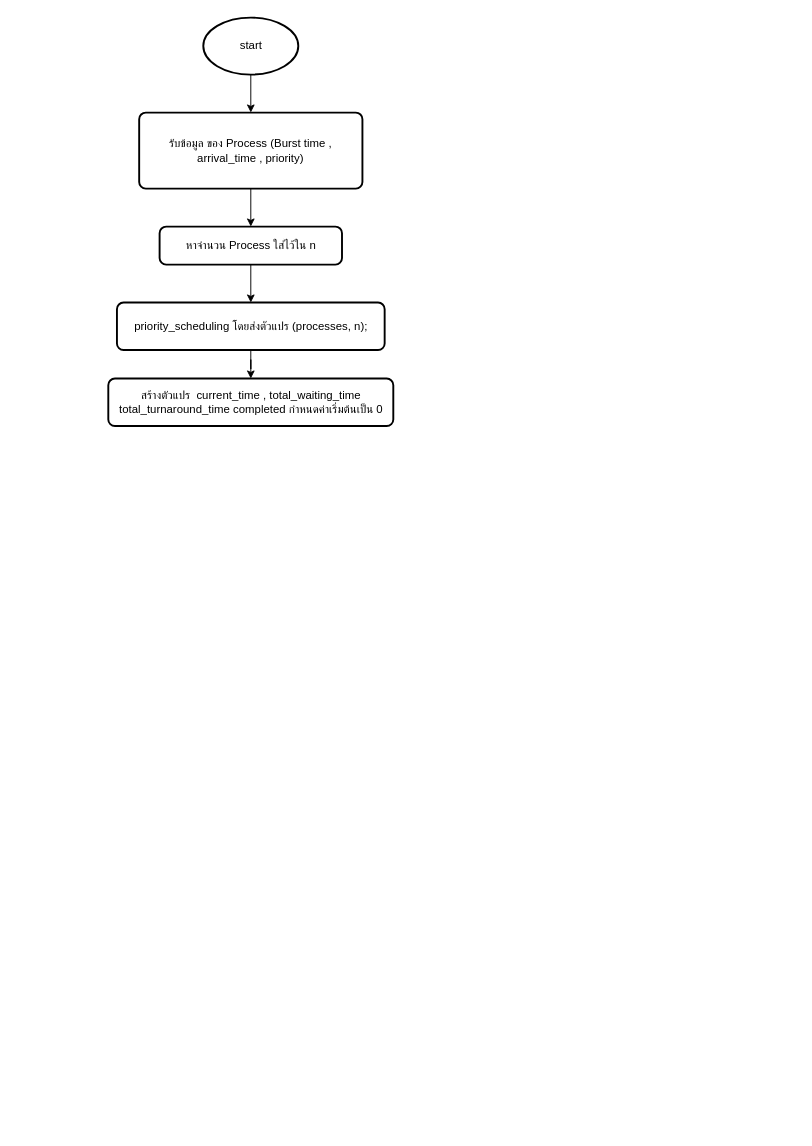
Before: priority.drawio in JirphatAok/cpuscheduling, a draw.io diagram. Source tidied: cells renumbered, new cells numbered last; positions are measured from the earlier drawing's top-left corner, leaving out a move shared by most shapes. Both pictures are drawn from the tidied source at 95%, with x=0, y=0 at pixel (108, 17).
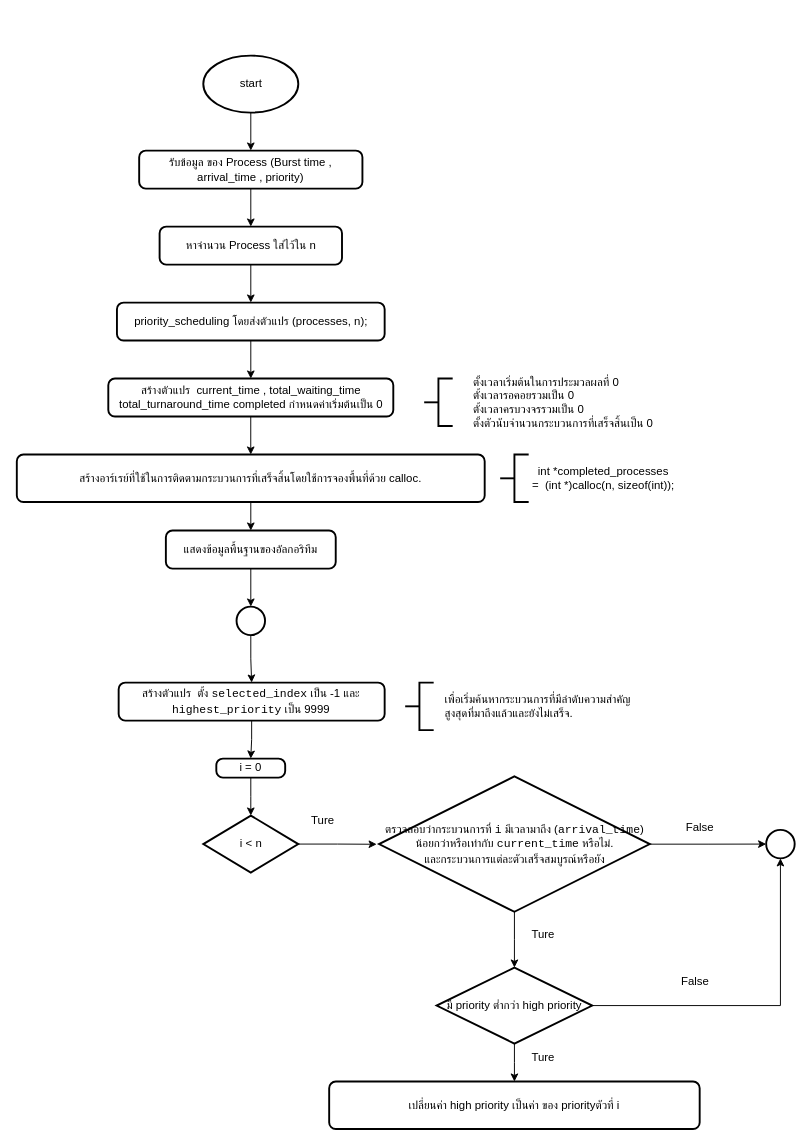
Above is the later version.

Diff of the diagram source:
```diff
@@
     <mxCell id="3" value="รับข้อมูล ของ Process (Burst time , arrival_time , priority)" style="rounded=1;whiteSpace=wrap;html=1;absoluteArcSize=1;arcSize=14;strokeWidth=2;" parent="1" vertex="1">
-      <mxGeometry x="32" y="100" width="235" height="80" as="geometry" />
+      <mxGeometry x="32" y="140" width="235" height="40" as="geometry" />
     </mxCell>
@@
     <mxCell id="5" value="start" style="strokeWidth=2;html=1;shape=mxgraph.flowchart.start_1;whiteSpace=wrap;" parent="1" vertex="1">
-      <mxGeometry x="99.5" width="100" height="60" as="geometry" />
+      <mxGeometry x="99.5" y="40" width="100" height="60" as="geometry" />
     </mxCell>
@@
     <mxCell id="9" value="priority_scheduling โดยส่งตัวแปร (processes, n);" style="rounded=1;whiteSpace=wrap;html=1;absoluteArcSize=1;arcSize=14;strokeWidth=2;" parent="1" vertex="1">
-      <mxGeometry x="8.6" y="300" width="281.8" height="50" as="geometry" />
+      <mxGeometry x="8.6" y="300" width="281.8" height="40" as="geometry" />
     </mxCell>
+    <mxCell id="11" style="edgeStyle=orthogonalEdgeStyle;rounded=0;jettySize=auto;html=1;entryX=0.5;entryY=0;entryDx=0;entryDy=0;" parent="1" edge="1" source="10" target="15">
+      <mxGeometry relative="1" as="geometry" />
+    </mxCell>
     <mxCell id="10" value="สร้างตัวแปร&amp;nbsp;&amp;nbsp;current_time ,&amp;nbsp;total_waiting_time&lt;div&gt;total_turnaround_time&amp;nbsp;completed กำหนดค่าเริ่มต้นเป็น 0&lt;/div&gt;" style="rounded=1;whiteSpace=wrap;html=1;absoluteArcSize=1;arcSize=14;strokeWidth=2;" parent="1" vertex="1">
-      <mxGeometry x="-0.5" y="380" width="300" height="50" as="geometry" />
+      <mxGeometry x="-0.5" y="380" width="300" height="40" as="geometry" />
     </mxCell>
+    <mxCell id="12" style="strokeWidth=2;html=1;shape=mxgraph.flowchart.annotation_2;align=left;labelPosition=right;" parent="1" vertex="1">
+      <mxGeometry x="332" y="380" width="30" height="50" as="geometry" />
+    </mxCell>
+    <mxCell id="13" value="ตั้งเวลาเริ่มต้นในการประมวลผลที่ 0&lt;div&gt;ตั้งเวลารอคอยรวมเป็น 0&lt;/div&gt;&lt;div&gt;ตั้งเวลาครบวงจรรวมเป็น 0&lt;/div&gt;&lt;div&gt;ตั้งตัวนับจำนวนกระบวนการที่เสร็จสิ้นเป็น 0&lt;/div&gt;" style="text;html=1;align=left;verticalAlign=middle;strokeColor=none;fillColor=none;" parent="1" vertex="1">
+      <mxGeometry x="382" y="370" width="230" height="70" as="geometry" />
+    </mxCell>
+    <mxCell id="14" style="edgeStyle=orthogonalEdgeStyle;rounded=0;jettySize=auto;html=1;entryX=0.5;entryY=0;entryDx=0;entryDy=0;" parent="1" edge="1" source="15" target="18">
+      <mxGeometry relative="1" as="geometry" />
+    </mxCell>
+    <mxCell id="15" value="สร้างอาร์เรย์ที่ใช้ในการติดตามกระบวนการที่เสร็จสิ้นโดยใช้การจองพื้นที่ด้วย calloc." style="rounded=1;whiteSpace=wrap;html=1;absoluteArcSize=1;arcSize=14;strokeWidth=2;" parent="1" vertex="1">
+      <mxGeometry x="-96.8" y="460" width="492.5" height="50" as="geometry" />
+    </mxCell>
+    <mxCell id="16" style="strokeWidth=2;html=1;shape=mxgraph.flowchart.annotation_2;align=left;labelPosition=right;" parent="1" vertex="1">
+      <mxGeometry x="412" y="460" width="30" height="50" as="geometry" />
+    </mxCell>
+    <mxCell id="17" value="int *completed_processes&amp;nbsp;&lt;div&gt;=&amp;nbsp; (int *)calloc(n, sizeof(int));&amp;nbsp;&lt;/div&gt;" style="text;html=1;align=center;verticalAlign=middle;strokeColor=none;fillColor=none;" parent="1" vertex="1">
+      <mxGeometry x="432" y="465" width="180" height="40" as="geometry" />
+    </mxCell>
+    <mxCell id="18" value="แสดงข้อมูลพื้นฐานของอัลกอริทึม" style="rounded=1;whiteSpace=wrap;html=1;absoluteArcSize=1;arcSize=14;strokeWidth=2;" parent="1" vertex="1">
+      <mxGeometry x="60.1" y="540" width="178.8" height="40" as="geometry" />
+    </mxCell>
+    <mxCell id="19" style="edgeStyle=orthogonalEdgeStyle;rounded=0;jettySize=auto;html=1;entryX=0.5;entryY=0;entryDx=0;entryDy=0;" parent="1" edge="1" source="20" target="23">
+      <mxGeometry relative="1" as="geometry" />
+    </mxCell>
+    <mxCell id="20" style="strokeWidth=2;html=1;shape=mxgraph.flowchart.start_2;whiteSpace=wrap;" parent="1" vertex="1">
+      <mxGeometry x="134.5" y="620" width="30" height="30" as="geometry" />
+    </mxCell>
+    <mxCell id="21" style="edgeStyle=orthogonalEdgeStyle;rounded=0;jettySize=auto;html=1;entryX=0.5;entryY=0;entryDx=0;entryDy=0;entryPerimeter=0;" parent="1" edge="1" source="18" target="20">
+      <mxGeometry relative="1" as="geometry" />
+    </mxCell>
+    <mxCell id="22" style="edgeStyle=orthogonalEdgeStyle;rounded=0;jettySize=auto;html=1;entryX=0.5;entryY=0;entryDx=0;entryDy=0;" parent="1" edge="1" source="23" target="28">
+      <mxGeometry relative="1" as="geometry" />
+    </mxCell>
+    <mxCell id="23" value="สร้างตัวแปร&amp;nbsp; ตั้ง &lt;code&gt;selected_index&lt;/code&gt; เป็น -1 และ &lt;code&gt;highest_priority&lt;/code&gt; เป็น 9999" style="rounded=1;whiteSpace=wrap;html=1;absoluteArcSize=1;arcSize=14;strokeWidth=2;" parent="1" vertex="1">
+      <mxGeometry x="10.4" y="700" width="280" height="40" as="geometry" />
+    </mxCell>
+    <mxCell id="24" style="strokeWidth=2;html=1;shape=mxgraph.flowchart.annotation_2;align=left;labelPosition=right;" parent="1" vertex="1">
+      <mxGeometry x="312" y="700" width="30" height="50" as="geometry" />
+    </mxCell>
+    <mxCell id="25" value="เพื่อเริ่มค้นหากระบวนการที่มีลำดับความสำคัญ&lt;div&gt;สูงสุดที่มาถึงแล้วและยังไม่เสร็จ.&lt;/div&gt;" style="text;html=1;align=left;verticalAlign=middle;strokeColor=none;fillColor=none;" parent="1" vertex="1">
+      <mxGeometry x="352" y="705" width="250" height="40" as="geometry" />
+    </mxCell>
+    <mxCell id="26" style="edgeStyle=orthogonalEdgeStyle;rounded=0;jettySize=auto;html=1;exitX=1;exitY=0.5;exitDx=0;exitDy=0;exitPerimeter=0;" parent="1" edge="1" source="27">
+      <mxGeometry relative="1" as="geometry">
+        <mxPoint x="282" y="870.2" as="targetPoint" />
+      </mxGeometry>
+    </mxCell>
+    <mxCell id="27" value="i &amp;lt; n" style="strokeWidth=2;html=1;shape=mxgraph.flowchart.decision;whiteSpace=wrap;" parent="1" vertex="1">
+      <mxGeometry x="99.5" y="840" width="100" height="60" as="geometry" />
+    </mxCell>
+    <mxCell id="28" value="i = 0" style="rounded=1;whiteSpace=wrap;html=1;absoluteArcSize=1;arcSize=14;strokeWidth=2;" parent="1" vertex="1">
+      <mxGeometry x="113.2" y="780" width="72.5" height="20" as="geometry" />
+    </mxCell>
+    <mxCell id="29" style="edgeStyle=orthogonalEdgeStyle;rounded=0;jettySize=auto;html=1;entryX=0.5;entryY=0;entryDx=0;entryDy=0;entryPerimeter=0;" parent="1" edge="1" source="28" target="27">
+      <mxGeometry relative="1" as="geometry" />
+    </mxCell>
+    <mxCell id="30" value="Ture" style="text;html=1;align=center;verticalAlign=middle;strokeColor=none;fillColor=none;" parent="1" vertex="1">
+      <mxGeometry x="199.5" y="830" width="50" height="30" as="geometry" />
+    </mxCell>
+    <mxCell id="31" style="edgeStyle=orthogonalEdgeStyle;rounded=0;jettySize=auto;html=1;" parent="1" edge="1" source="32">
+      <mxGeometry relative="1" as="geometry">
+        <mxPoint x="427" y="1000" as="targetPoint" />
+      </mxGeometry>
+    </mxCell>
+    <mxCell id="32" value="ตรวจสอบว่ากระบวนการที่ &lt;code&gt;i&lt;/code&gt; มีเวลามาถึง (&lt;code&gt;arrival_time&lt;/code&gt;) น้อยกว่าหรือเท่ากับ &lt;code&gt;current_time&lt;/code&gt; หรือไม่.&lt;div&gt;และกระบวนการแต่ละตัวเสร็จสมบูรณ์หรือยัง&lt;/div&gt;" style="strokeWidth=2;html=1;shape=mxgraph.flowchart.decision;whiteSpace=wrap;" parent="1" vertex="1">
+      <mxGeometry x="284.5" y="798.8" width="285" height="142.5" as="geometry" />
+    </mxCell>
+    <mxCell id="33" value="Ture" style="text;html=1;align=center;verticalAlign=middle;strokeColor=none;fillColor=none;" parent="1" vertex="1">
+      <mxGeometry x="432" y="950" width="50" height="30" as="geometry" />
+    </mxCell>
+    <mxCell id="34" style="edgeStyle=orthogonalEdgeStyle;rounded=0;jettySize=auto;html=1;" parent="1" edge="1" source="36">
+      <mxGeometry relative="1" as="geometry">
+        <mxPoint x="427" y="1120" as="targetPoint" />
+      </mxGeometry>
+    </mxCell>
+    <mxCell id="35" style="edgeStyle=orthogonalEdgeStyle;rounded=0;jettySize=auto;html=1;entryX=0.5;entryY=1;entryDx=0;entryDy=0;entryPerimeter=0;" parent="1" edge="1" source="36" target="39">
+      <mxGeometry relative="1" as="geometry">
+        <Array as="points">
+          <mxPoint x="707" y="1040" />
+        </Array>
+      </mxGeometry>
+    </mxCell>
+    <mxCell id="36" value="มี&amp;nbsp;priority ต่ำกว่า high&amp;nbsp;priority" style="strokeWidth=2;html=1;shape=mxgraph.flowchart.decision;whiteSpace=wrap;" parent="1" vertex="1">
+      <mxGeometry x="345.1" y="1000" width="163.8" height="80" as="geometry" />
+    </mxCell>
+    <mxCell id="37" value="Ture" style="text;html=1;align=center;verticalAlign=middle;strokeColor=none;fillColor=none;" parent="1" vertex="1">
+      <mxGeometry x="432" y="1080" width="50" height="30" as="geometry" />
+    </mxCell>
+    <mxCell id="38" value="เปลี่ยนค่า high&amp;nbsp;priority เป็นค่า ของ priorityตัวที่ i" style="rounded=1;whiteSpace=wrap;html=1;absoluteArcSize=1;arcSize=14;strokeWidth=2;" parent="1" vertex="1">
+      <mxGeometry x="232" y="1120" width="390" height="50" as="geometry" />
+    </mxCell>
+    <mxCell id="39" style="strokeWidth=2;html=1;shape=mxgraph.flowchart.start_2;whiteSpace=wrap;" parent="1" vertex="1">
+      <mxGeometry x="692" y="855" width="30" height="30" as="geometry" />
+    </mxCell>
+    <mxCell id="40" style="edgeStyle=orthogonalEdgeStyle;rounded=0;jettySize=auto;html=1;entryX=0;entryY=0.5;entryDx=0;entryDy=0;entryPerimeter=0;" parent="1" edge="1" source="32" target="39">
+      <mxGeometry relative="1" as="geometry" />
+    </mxCell>
+    <mxCell id="41" value="False" style="text;html=1;align=center;verticalAlign=middle;strokeColor=none;fillColor=none;" parent="1" vertex="1">
+      <mxGeometry x="597" y="838" width="50" height="30" as="geometry" />
+    </mxCell>
+    <mxCell id="42" value="False" style="text;html=1;align=center;verticalAlign=middle;strokeColor=none;fillColor=none;" parent="1" vertex="1">
+      <mxGeometry x="592" y="1000" width="50" height="30" as="geometry" />
+    </mxCell>
```
